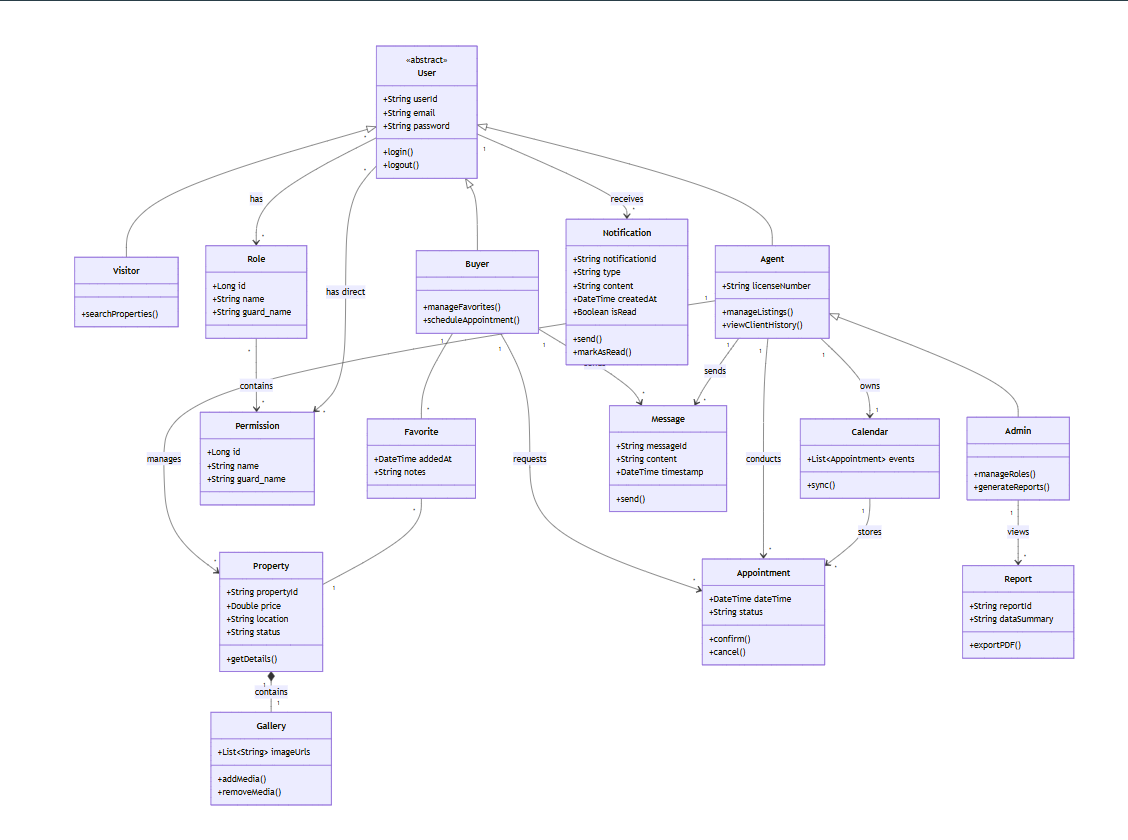
AZIZ-Soufiane/PropertyHub-PFE keeps this Mermaid diagram as Presentation/images/Class-Diagram.png. Above is the earlier version. Its source is kept beside it as Class-Diagram/Class-Diagram.mmd.
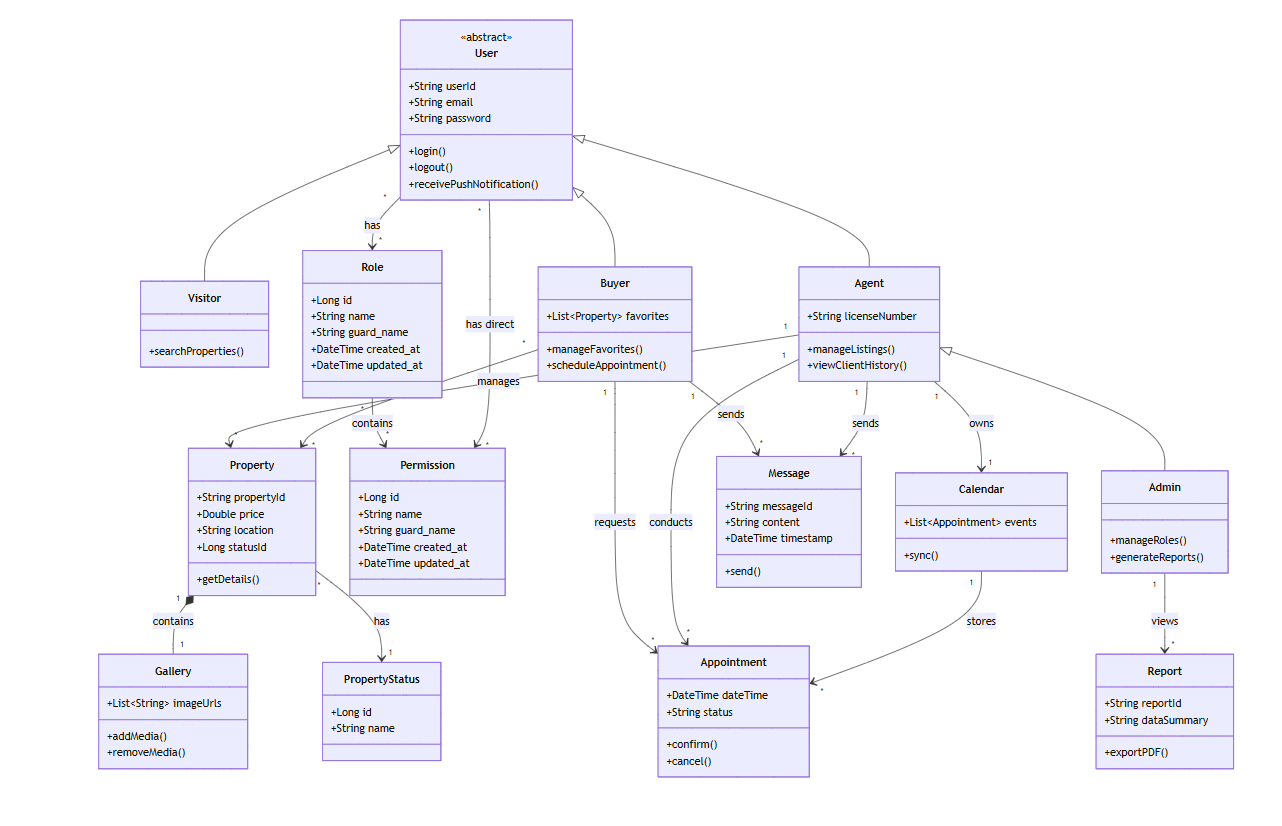
Later version of the same file.

Commit message:
fixed-Class-Diagram

What changed in the source:
```diff
@@ -53,8 +53,13 @@
     +String propertyId
     +Double price
     +String location
-    +String status
+    +Long statusId
     +getDetails()
+}
+
+class PropertyStatus {
+    +Long id
+    +String name
 }
 
 class Gallery {
@@ -99,6 +104,7 @@
 Agent "1" --> "*" Property : manages
 Property "1" *-- "1" Gallery : contains
 Buyer "*" --> "*" Property : favorites
+Property "*" --> "1" PropertyStatus : has
 
 
 Buyer "1" --> "*" Appointment : requests
```
